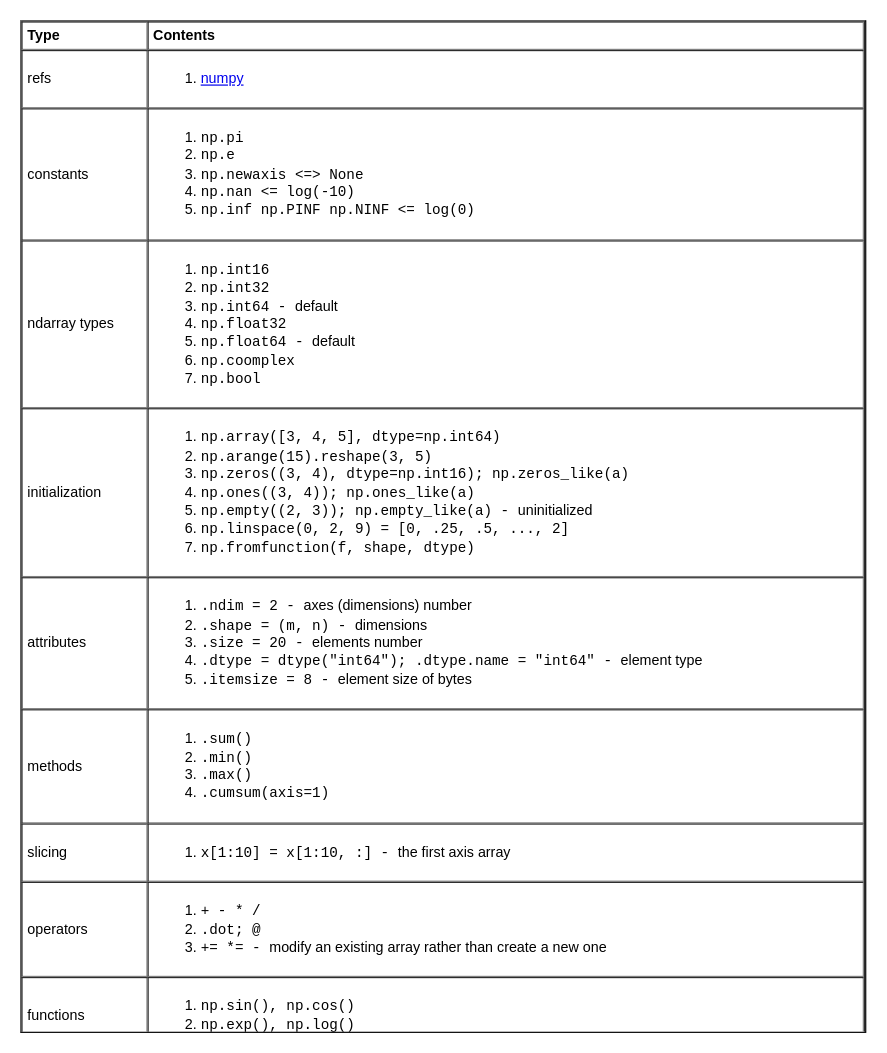
The draw.io diagram page "Numpy" (4 of 9) of ml/ml.drawio in yangdj/tf_docs, before the edit. Source tidied: cells renumbered, new cells numbered last; positions are measured from the earlier drawing's top-left corner, leaving out a move shared by most shapes. Both pictures are drawn from the tidied source at 119%, with x=0, y=0 at pixel (20, 20).
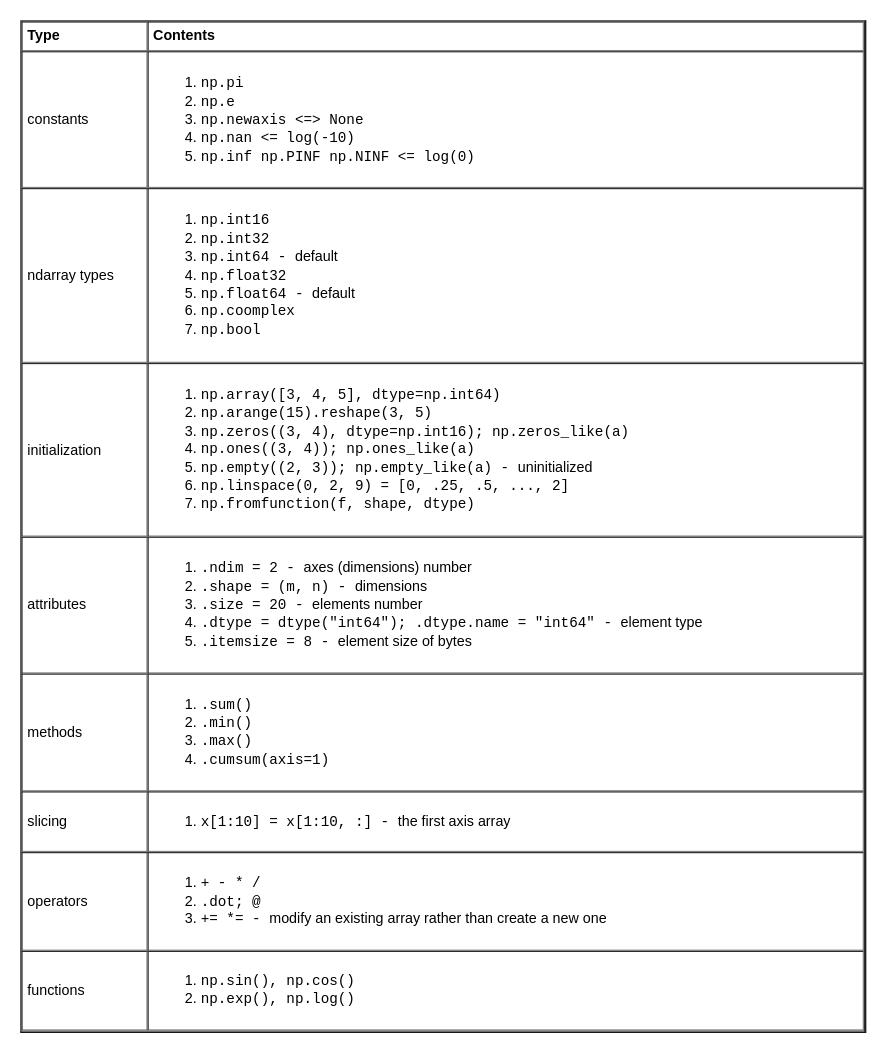
After the change.

What changed in the source:
```diff
@@
 <mxGraphModel>
   <root>
     <mxCell id="0" />
     <mxCell id="1" parent="0" />
-    <mxCell id="2" value="&lt;table cellpadding=&quot;4&quot; cellspacing=&quot;0&quot; border=&quot;1&quot; style=&quot;font-size: 1em ; width: 100% ; height: 100%&quot;&gt;&lt;tbody&gt;&lt;tr&gt;&lt;th&gt;Type&lt;/th&gt;&lt;th&gt;Contents&lt;/th&gt;&lt;/tr&gt;&lt;tr&gt;&lt;td&gt;refs&lt;/td&gt;&lt;td&gt;&lt;ol&gt;&lt;li&gt;&lt;a href=&quot;https://numpy.org/devdocs/reference/index.html#reference&quot;&gt;numpy&lt;/a&gt;&lt;/li&gt;&lt;/ol&gt;&lt;/td&gt;&lt;/tr&gt;&lt;tr&gt;&lt;td&gt;&lt;span style=&quot;text-align: center&quot;&gt;constants&lt;/span&gt;&lt;br&gt;&lt;/td&gt;&lt;td&gt;&lt;ol&gt;&lt;li&gt;&lt;font face=&quot;Courier New&quot;&gt;np.pi&lt;/font&gt;&lt;/li&gt;&lt;li&gt;&lt;font face=&quot;Courier New&quot;&gt;np.e&lt;/font&gt;&lt;/li&gt;&lt;li&gt;&lt;font face=&quot;Courier New&quot;&gt;np.newaxis &amp;lt;=&amp;gt; None&lt;/font&gt;&lt;/li&gt;&lt;li&gt;&lt;font face=&quot;Courier New&quot;&gt;np.nan &amp;lt;= log(-10)&lt;/font&gt;&lt;/li&gt;&lt;li&gt;&lt;font face=&quot;Courier New&quot;&gt;np.inf&amp;nbsp;np.PINF&amp;nbsp;&lt;/font&gt;&lt;font face=&quot;Courier New&quot; style=&quot;font-size: 1em&quot;&gt;np.NINF &amp;lt;= log(0)&lt;/font&gt;&lt;/li&gt;&lt;/ol&gt;&lt;/td&gt;&lt;/tr&gt;&lt;tr&gt;&lt;td&gt;&lt;span style=&quot;text-align: center&quot;&gt;ndarray types&lt;/span&gt;&lt;/td&gt;&lt;td&gt;&lt;ol&gt;&lt;li&gt;&lt;font face=&quot;Courier New&quot;&gt;np.int16&lt;/font&gt;&lt;/li&gt;&lt;li&gt;&lt;font face=&quot;Courier New&quot;&gt;np.int32&lt;/font&gt;&lt;/li&gt;&lt;li&gt;&lt;font face=&quot;Courier New&quot;&gt;np.int64 -&amp;nbsp;&lt;/font&gt;default&lt;/li&gt;&lt;li&gt;&lt;font face=&quot;Courier New&quot;&gt;np.float32&lt;/font&gt;&lt;/li&gt;&lt;li&gt;&lt;font face=&quot;Courier New&quot;&gt;np.float64 -&amp;nbsp;&lt;/font&gt;default&lt;/li&gt;&lt;li&gt;&lt;font face=&quot;Courier New&quot;&gt;np.coomplex&lt;/font&gt;&lt;/li&gt;&lt;li&gt;&lt;font face=&quot;Courier New&quot;&gt;np.bool&lt;/font&gt;&lt;/li&gt;&lt;/ol&gt;&lt;/td&gt;&lt;/tr&gt;&lt;tr&gt;&lt;td&gt;&lt;span style=&quot;text-align: center&quot;&gt;initialization&lt;/span&gt;&lt;/td&gt;&lt;td&gt;&lt;ol&gt;&lt;li&gt;&lt;font face=&quot;Courier New&quot;&gt;np.array([3, 4, 5], dtype=np.int64)&lt;/font&gt;&lt;/li&gt;&lt;li&gt;&lt;font face=&quot;Courier New&quot;&gt;np.arange(15).reshape(3, 5)&lt;/font&gt;&lt;/li&gt;&lt;li&gt;&lt;font face=&quot;Courier New&quot;&gt;np.zeros((3, 4), dtype=np.int16); np.zeros_like(a)&lt;/font&gt;&lt;/li&gt;&lt;li&gt;&lt;font face=&quot;Courier New&quot;&gt;np.ones((3, 4)); np.ones_like(a)&lt;/font&gt;&lt;/li&gt;&lt;li&gt;&lt;font face=&quot;Courier New&quot;&gt;np.empty((2, 3)); np.empty_like(a)&amp;nbsp;-&amp;nbsp;&lt;/font&gt;uninitialized&lt;/li&gt;&lt;li&gt;&lt;font face=&quot;Courier New&quot;&gt;np.linspace(0, 2, 9) = [0, .25, .5, ..., 2]&lt;/font&gt;&lt;/li&gt;&lt;li&gt;&lt;font face=&quot;Courier New&quot;&gt;np.fromfunction(f, shape, dtype)&lt;/font&gt;&lt;/li&gt;&lt;/ol&gt;&lt;/td&gt;&lt;/tr&gt;&lt;tr&gt;&lt;td&gt;&lt;span style=&quot;text-align: center&quot;&gt;attributes&lt;/span&gt;&lt;br&gt;&lt;/td&gt;&lt;td&gt;&lt;ol&gt;&lt;li&gt;&lt;font face=&quot;Courier New&quot;&gt;.ndim = 2&amp;nbsp;-&amp;nbsp;&lt;/font&gt;axes (dimensions) number&lt;/li&gt;&lt;li&gt;&lt;font face=&quot;Courier New&quot;&gt;.shape = (m, n)&amp;nbsp;-&amp;nbsp;&lt;/font&gt;dimensions&lt;/li&gt;&lt;li&gt;&lt;font face=&quot;Courier New&quot;&gt;.size = 20&amp;nbsp;-&amp;nbsp;&lt;/font&gt;elements number&lt;/li&gt;&lt;li&gt;&lt;font face=&quot;Courier New&quot;&gt;.dtype = dtype(&quot;int64&quot;); .dtype.name = &quot;int64&quot;&amp;nbsp;-&amp;nbsp;&lt;/font&gt;element type&lt;/li&gt;&lt;li&gt;&lt;font face=&quot;Courier New&quot;&gt;.itemsize = 8&amp;nbsp;-&amp;nbsp;&lt;/font&gt;element size of bytes&lt;/li&gt;&lt;/ol&gt;&lt;/td&gt;&lt;/tr&gt;&lt;tr&gt;&lt;td&gt;&lt;span style=&quot;text-align: center&quot;&gt;methods&lt;/span&gt;&lt;br&gt;&lt;/td&gt;&lt;td&gt;&lt;ol&gt;&lt;li&gt;&lt;font face=&quot;Courier New&quot;&gt;.sum()&lt;/font&gt;&lt;/li&gt;&lt;li&gt;&lt;font face=&quot;Courier New&quot;&gt;.min()&lt;/font&gt;&lt;/li&gt;&lt;li&gt;&lt;font face=&quot;Courier New&quot;&gt;.max()&lt;/font&gt;&lt;/li&gt;&lt;li&gt;&lt;font face=&quot;Courier New&quot;&gt;.cumsum(axis=1)&lt;/font&gt;&lt;/li&gt;&lt;/ol&gt;&lt;/td&gt;&lt;/tr&gt;&lt;tr&gt;&lt;td&gt;&lt;span style=&quot;text-align: center&quot;&gt;slicing&lt;/span&gt;&lt;br&gt;&lt;/td&gt;&lt;td&gt;&lt;ol&gt;&lt;li&gt;&lt;font face=&quot;Courier New&quot;&gt;x[1:10] = x[1:10, :] - &lt;/font&gt;the first axis array&lt;/li&gt;&lt;/ol&gt;&lt;/td&gt;&lt;/tr&gt;&lt;tr&gt;&lt;td&gt;&lt;span style=&quot;text-align: center&quot;&gt;operators&lt;/span&gt;&lt;br&gt;&lt;/td&gt;&lt;td&gt;&lt;ol&gt;&lt;li&gt;&lt;font face=&quot;Courier New&quot;&gt;+ - * /&lt;/font&gt;&lt;/li&gt;&lt;li&gt;&lt;font face=&quot;Courier New&quot;&gt;.dot; @&lt;/font&gt;&lt;/li&gt;&lt;li&gt;&lt;font face=&quot;Courier New&quot;&gt;+= *=&lt;font style=&quot;font-size: 1em&quot;&gt;&amp;nbsp;- &lt;/font&gt;&lt;/font&gt;&lt;font face=&quot;Helvetica&quot; style=&quot;font-size: 1em&quot;&gt;modify an existing array rather than create a new one&lt;/font&gt;&lt;/li&gt;&lt;/ol&gt;&lt;/td&gt;&lt;/tr&gt;&lt;tr&gt;&lt;td&gt;&lt;span style=&quot;text-align: center&quot;&gt;functions&lt;/span&gt;&lt;br&gt;&lt;/td&gt;&lt;td&gt;&lt;ol&gt;&lt;li&gt;&lt;font face=&quot;Courier New&quot;&gt;np.sin(), np.cos()&lt;/font&gt;&lt;/li&gt;&lt;li&gt;&lt;font face=&quot;Courier New&quot;&gt;np.exp(), np.log()&lt;/font&gt;&lt;/li&gt;&lt;/ol&gt;&lt;/td&gt;&lt;/tr&gt;&lt;/tbody&gt;&lt;/table&gt; " style="verticalAlign=top;align=left;overflow=fill;fontSize=12;fontFamily=Helvetica;html=1;" parent="1" vertex="1">
+    <mxCell id="2" value="&lt;table cellpadding=&quot;4&quot; cellspacing=&quot;0&quot; border=&quot;1&quot; style=&quot;font-size: 1em ; width: 100% ; height: 100%&quot;&gt;&lt;tbody&gt;&lt;tr&gt;&lt;th&gt;Type&lt;/th&gt;&lt;th&gt;Contents&lt;/th&gt;&lt;/tr&gt;&lt;tr&gt;&lt;td&gt;&lt;span style=&quot;text-align: center&quot;&gt;constants&lt;/span&gt;&lt;br&gt;&lt;/td&gt;&lt;td&gt;&lt;ol&gt;&lt;li&gt;&lt;font face=&quot;Courier New&quot;&gt;np.pi&lt;/font&gt;&lt;/li&gt;&lt;li&gt;&lt;font face=&quot;Courier New&quot;&gt;np.e&lt;/font&gt;&lt;/li&gt;&lt;li&gt;&lt;font face=&quot;Courier New&quot;&gt;np.newaxis &amp;lt;=&amp;gt; None&lt;/font&gt;&lt;/li&gt;&lt;li&gt;&lt;font face=&quot;Courier New&quot;&gt;np.nan &amp;lt;= log(-10)&lt;/font&gt;&lt;/li&gt;&lt;li&gt;&lt;font face=&quot;Courier New&quot;&gt;np.inf&amp;nbsp;np.PINF&amp;nbsp;&lt;/font&gt;&lt;font face=&quot;Courier New&quot; style=&quot;font-size: 1em&quot;&gt;np.NINF &amp;lt;= log(0)&lt;/font&gt;&lt;/li&gt;&lt;/ol&gt;&lt;/td&gt;&lt;/tr&gt;&lt;tr&gt;&lt;td&gt;&lt;span style=&quot;text-align: center&quot;&gt;ndarray types&lt;/span&gt;&lt;/td&gt;&lt;td&gt;&lt;ol&gt;&lt;li&gt;&lt;font face=&quot;Courier New&quot;&gt;np.int16&lt;/font&gt;&lt;/li&gt;&lt;li&gt;&lt;font face=&quot;Courier New&quot;&gt;np.int32&lt;/font&gt;&lt;/li&gt;&lt;li&gt;&lt;font face=&quot;Courier New&quot;&gt;np.int64 -&amp;nbsp;&lt;/font&gt;default&lt;/li&gt;&lt;li&gt;&lt;font face=&quot;Courier New&quot;&gt;np.float32&lt;/font&gt;&lt;/li&gt;&lt;li&gt;&lt;font face=&quot;Courier New&quot;&gt;np.float64 -&amp;nbsp;&lt;/font&gt;default&lt;/li&gt;&lt;li&gt;&lt;font face=&quot;Courier New&quot;&gt;np.coomplex&lt;/font&gt;&lt;/li&gt;&lt;li&gt;&lt;font face=&quot;Courier New&quot;&gt;np.bool&lt;/font&gt;&lt;/li&gt;&lt;/ol&gt;&lt;/td&gt;&lt;/tr&gt;&lt;tr&gt;&lt;td&gt;&lt;span style=&quot;text-align: center&quot;&gt;initialization&lt;/span&gt;&lt;/td&gt;&lt;td&gt;&lt;ol&gt;&lt;li&gt;&lt;font face=&quot;Courier New&quot;&gt;np.array([3, 4, 5], dtype=np.int64)&lt;/font&gt;&lt;/li&gt;&lt;li&gt;&lt;font face=&quot;Courier New&quot;&gt;np.arange(15).reshape(3, 5)&lt;/font&gt;&lt;/li&gt;&lt;li&gt;&lt;font face=&quot;Courier New&quot;&gt;np.zeros((3, 4), dtype=np.int16); np.zeros_like(a)&lt;/font&gt;&lt;/li&gt;&lt;li&gt;&lt;font face=&quot;Courier New&quot;&gt;np.ones((3, 4)); np.ones_like(a)&lt;/font&gt;&lt;/li&gt;&lt;li&gt;&lt;font face=&quot;Courier New&quot;&gt;np.empty((2, 3)); np.empty_like(a)&amp;nbsp;-&amp;nbsp;&lt;/font&gt;uninitialized&lt;/li&gt;&lt;li&gt;&lt;font face=&quot;Courier New&quot;&gt;np.linspace(0, 2, 9) = [0, .25, .5, ..., 2]&lt;/font&gt;&lt;/li&gt;&lt;li&gt;&lt;font face=&quot;Courier New&quot;&gt;np.fromfunction(f, shape, dtype)&lt;/font&gt;&lt;/li&gt;&lt;/ol&gt;&lt;/td&gt;&lt;/tr&gt;&lt;tr&gt;&lt;td&gt;&lt;span style=&quot;text-align: center&quot;&gt;attributes&lt;/span&gt;&lt;br&gt;&lt;/td&gt;&lt;td&gt;&lt;ol&gt;&lt;li&gt;&lt;font face=&quot;Courier New&quot;&gt;.ndim = 2&amp;nbsp;-&amp;nbsp;&lt;/font&gt;axes (dimensions) number&lt;/li&gt;&lt;li&gt;&lt;font face=&quot;Courier New&quot;&gt;.shape = (m, n)&amp;nbsp;-&amp;nbsp;&lt;/font&gt;dimensions&lt;/li&gt;&lt;li&gt;&lt;font face=&quot;Courier New&quot;&gt;.size = 20&amp;nbsp;-&amp;nbsp;&lt;/font&gt;elements number&lt;/li&gt;&lt;li&gt;&lt;font face=&quot;Courier New&quot;&gt;.dtype = dtype(&quot;int64&quot;); .dtype.name = &quot;int64&quot;&amp;nbsp;-&amp;nbsp;&lt;/font&gt;element type&lt;/li&gt;&lt;li&gt;&lt;font face=&quot;Courier New&quot;&gt;.itemsize = 8&amp;nbsp;-&amp;nbsp;&lt;/font&gt;element size of bytes&lt;/li&gt;&lt;/ol&gt;&lt;/td&gt;&lt;/tr&gt;&lt;tr&gt;&lt;td&gt;&lt;span style=&quot;text-align: center&quot;&gt;methods&lt;/span&gt;&lt;br&gt;&lt;/td&gt;&lt;td&gt;&lt;ol&gt;&lt;li&gt;&lt;font face=&quot;Courier New&quot;&gt;.sum()&lt;/font&gt;&lt;/li&gt;&lt;li&gt;&lt;font face=&quot;Courier New&quot;&gt;.min()&lt;/font&gt;&lt;/li&gt;&lt;li&gt;&lt;font face=&quot;Courier New&quot;&gt;.max()&lt;/font&gt;&lt;/li&gt;&lt;li&gt;&lt;font face=&quot;Courier New&quot;&gt;.cumsum(axis=1)&lt;/font&gt;&lt;/li&gt;&lt;/ol&gt;&lt;/td&gt;&lt;/tr&gt;&lt;tr&gt;&lt;td&gt;&lt;span style=&quot;text-align: center&quot;&gt;slicing&lt;/span&gt;&lt;br&gt;&lt;/td&gt;&lt;td&gt;&lt;ol&gt;&lt;li&gt;&lt;font face=&quot;Courier New&quot;&gt;x[1:10] = x[1:10, :] - &lt;/font&gt;the first axis array&lt;/li&gt;&lt;/ol&gt;&lt;/td&gt;&lt;/tr&gt;&lt;tr&gt;&lt;td&gt;&lt;span style=&quot;text-align: center&quot;&gt;operators&lt;/span&gt;&lt;br&gt;&lt;/td&gt;&lt;td&gt;&lt;ol&gt;&lt;li&gt;&lt;font face=&quot;Courier New&quot;&gt;+ - * /&lt;/font&gt;&lt;/li&gt;&lt;li&gt;&lt;font face=&quot;Courier New&quot;&gt;.dot; @&lt;/font&gt;&lt;/li&gt;&lt;li&gt;&lt;font face=&quot;Courier New&quot;&gt;+= *=&lt;font style=&quot;font-size: 1em&quot;&gt;&amp;nbsp;- &lt;/font&gt;&lt;/font&gt;&lt;font face=&quot;Helvetica&quot; style=&quot;font-size: 1em&quot;&gt;modify an existing array rather than create a new one&lt;/font&gt;&lt;/li&gt;&lt;/ol&gt;&lt;/td&gt;&lt;/tr&gt;&lt;tr&gt;&lt;td&gt;&lt;span style=&quot;text-align: center&quot;&gt;functions&lt;/span&gt;&lt;br&gt;&lt;/td&gt;&lt;td&gt;&lt;ol&gt;&lt;li&gt;&lt;font face=&quot;Courier New&quot;&gt;np.sin(), np.cos()&lt;/font&gt;&lt;/li&gt;&lt;li&gt;&lt;font face=&quot;Courier New&quot;&gt;np.exp(), np.log()&lt;/font&gt;&lt;/li&gt;&lt;/ol&gt;&lt;/td&gt;&lt;/tr&gt;&lt;/tbody&gt;&lt;/table&gt; " style="verticalAlign=top;align=left;overflow=fill;fontSize=12;fontFamily=Helvetica;html=1;" parent="1" vertex="1">
       <mxGeometry width="710" height="850" as="geometry" />
     </mxCell>
   </root>
 </mxGraphModel>
```
